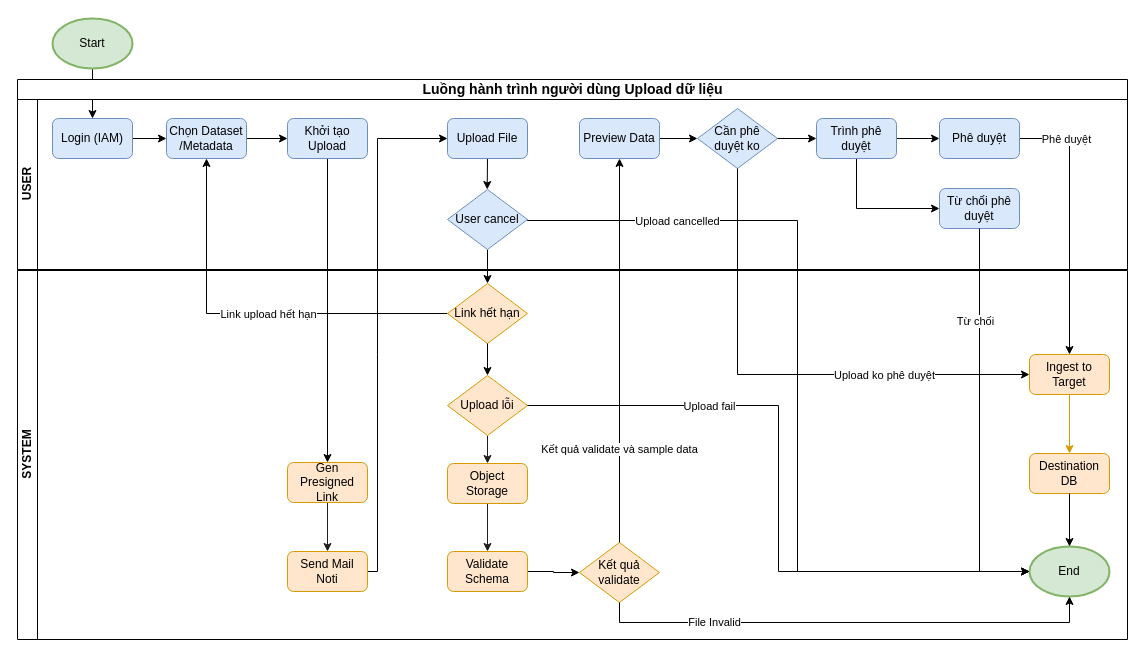
Earlier version of the draw.io diagram page "CJ" (1 of 4) of docs/App_UL.drawio (vietda1/enterprise-upload-system). Source tidied: cells renumbered, new cells numbered last; positions are measured from the earlier drawing's top-left corner, leaving out a move shared by most shapes. Both pictures are drawn from the tidied source at 100%, with x=0, y=0 at pixel (17, 18).
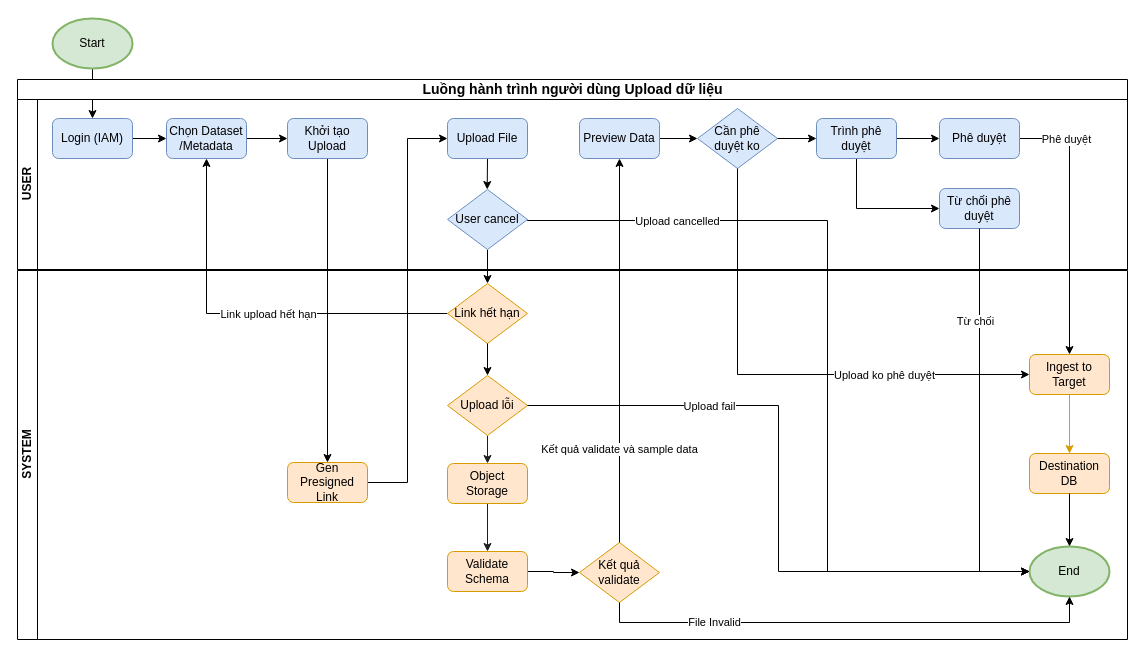
The same page after the edit.

The change refers to these unchanged cells:
```xml
<mxCell id="4" value="End" style="strokeWidth=2;html=1;shape=mxgraph.flowchart.start_1;whiteSpace=wrap;fillColor=#d5e8d4;strokeColor=#82b366;" parent="1" vertex="1">
  <mxGeometry x="1012" y="528" width="80" height="50" as="geometry" />
</mxCell>
<mxCell id="12" value="Upload File" style="rounded=1;whiteSpace=wrap;html=1;fillColor=#dae8fc;strokeColor=#6c8ebf;" parent="1" vertex="1">
  <mxGeometry x="430" y="100" width="80" height="40" as="geometry" />
</mxCell>
<mxCell id="14" value="Gen Presigned Link" style="rounded=1;whiteSpace=wrap;html=1;fillColor=#ffe6cc;strokeColor=#d79b00;" parent="1" vertex="1">
  <mxGeometry x="270" y="444" width="80" height="40" as="geometry" />
</mxCell>
<mxCell id="45" value="User cancel" style="rhombus;whiteSpace=wrap;html=1;fillColor=#dae8fc;strokeColor=#6c8ebf;" parent="43" vertex="1">
  <mxGeometry x="430" y="90" width="80" height="60" as="geometry" />
</mxCell>
```

Change to the diagram source:
```diff
@@
-    <mxCell id="13" style="edgeStyle=orthogonalEdgeStyle;rounded=0;jettySize=auto;html=1;entryX=0.5;entryY=0;entryDx=0;entryDy=0;fillColor=#ffe6cc;strokeColor=light-dark(#1f1f1f, #996500);" parent="1" edge="1" source="14" target="24">
-      <mxGeometry relative="1" as="geometry" />
-    </mxCell>
+    <mxCell id="60" style="edgeStyle=orthogonalEdgeStyle;rounded=0;jettySize=auto;html=1;exitX=1;exitY=0.5;exitDx=0;exitDy=0;entryX=0;entryY=0.5;entryDx=0;entryDy=0;" parent="1" edge="1" source="14" target="12">
+      <mxGeometry relative="1" as="geometry" />
+    </mxCell>
@@
-    <mxCell id="23" style="edgeStyle=orthogonalEdgeStyle;rounded=0;jettySize=auto;html=1;exitX=1;exitY=0.5;exitDx=0;exitDy=0;entryX=0;entryY=0.5;entryDx=0;entryDy=0;" parent="1" edge="1" source="24" target="12">
-      <mxGeometry relative="1" as="geometry">
-        <Array as="points">
-          <mxPoint x="360" y="336" />
-          <mxPoint x="360" y="228" />
-          <mxPoint x="361" y="120" />
-        </Array>
-      </mxGeometry>
-    </mxCell>
-    <mxCell id="24" value="Send Mail Noti" style="rounded=1;whiteSpace=wrap;html=1;fillColor=#ffe6cc;strokeColor=#d79b00;" parent="1" vertex="1">
-      <mxGeometry x="270" y="533" width="80" height="40" as="geometry" />
-    </mxCell>
@@
     <mxCell id="36" style="edgeStyle=orthogonalEdgeStyle;rounded=0;jettySize=auto;html=1;exitX=1;exitY=0.5;exitDx=0;exitDy=0;entryX=0;entryY=0.5;entryDx=0;entryDy=0;entryPerimeter=0;" parent="1" edge="1" source="45" target="4">
       <mxGeometry relative="1" as="geometry">
         <Array as="points">
-          <mxPoint x="780" y="202" />
-          <mxPoint x="780" y="553" />
+          <mxPoint x="810" y="202" />
+          <mxPoint x="810" y="553" />
         </Array>
       </mxGeometry>
     </mxCell>
```
